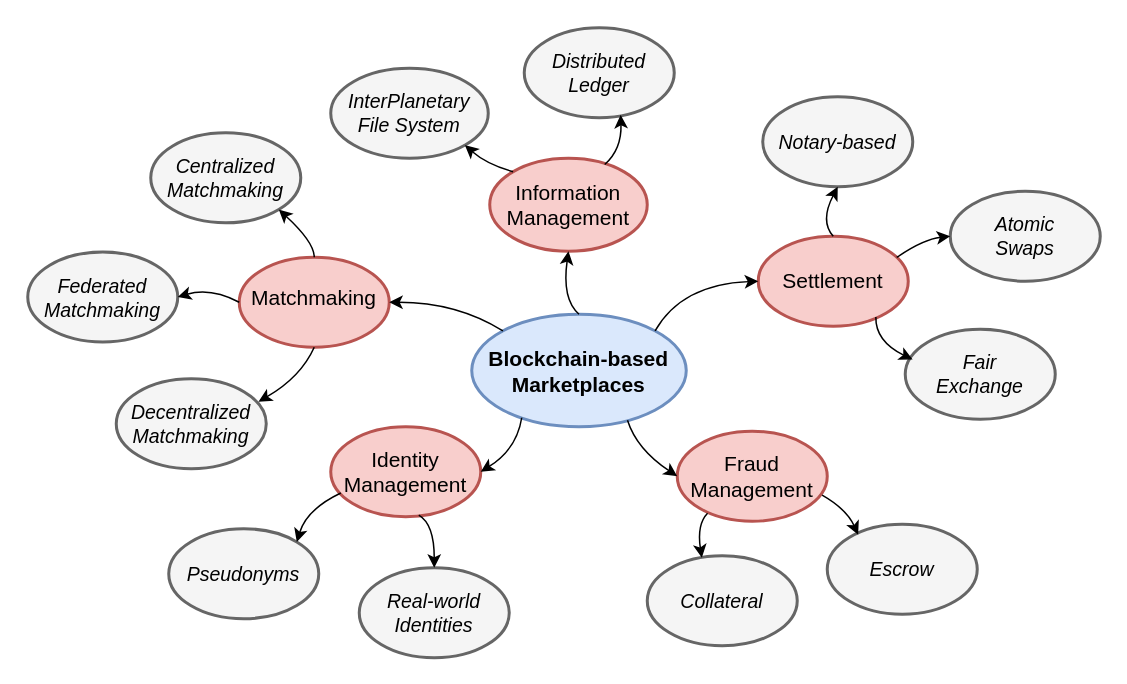
Earlier version of the draw.io diagram introduction/assets/decomposition.drawio (devos50/phd-thesis). Source tidied: cells renumbered, new cells numbered last; positions are measured from the earlier drawing's top-left corner, leaving out a move shared by most shapes. Both pictures are drawn from the tidied source at 150%, with x=0, y=0 at pixel (27, 27).
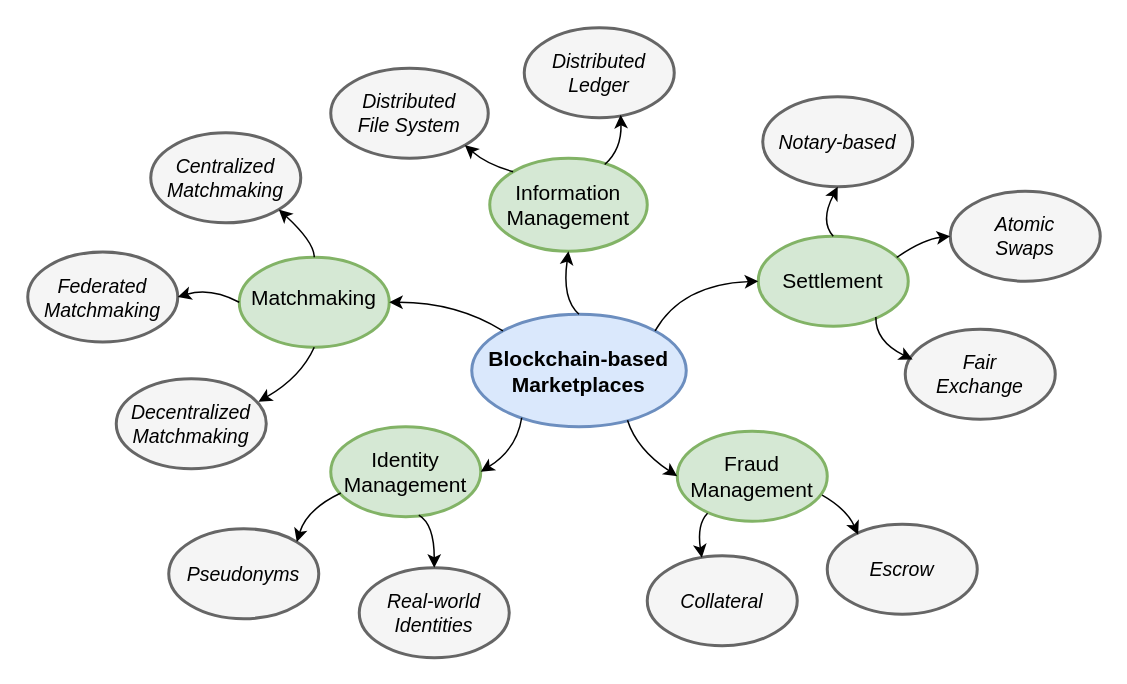
After the change.

What changed in the source:
```diff
@@
-    <mxCell id="3" value="Matchmaking" style="ellipse;whiteSpace=wrap;html=1;strokeWidth=2;fontStyle=0;fillColor=#f8cecc;strokeColor=#b85450;fontSize=14;spacingTop=-7;" parent="1" vertex="1">
+    <mxCell id="3" value="Matchmaking" style="ellipse;whiteSpace=wrap;html=1;strokeWidth=2;fontStyle=0;fillColor=#d5e8d4;strokeColor=#82b366;fontSize=14;spacingTop=-7;" parent="1" vertex="1">
       <mxGeometry x="141" y="153" width="100" height="60" as="geometry" />
     </mxCell>
-    <mxCell id="4" value="Identity&lt;br&gt;Management" style="ellipse;whiteSpace=wrap;html=1;strokeWidth=2;fontStyle=0;fillColor=#f8cecc;strokeColor=#b85450;fontSize=14;" parent="1" vertex="1">
+    <mxCell id="4" value="Identity&lt;br&gt;Management" style="ellipse;whiteSpace=wrap;html=1;strokeWidth=2;fontStyle=0;fillColor=#d5e8d4;strokeColor=#82b366;fontSize=14;" parent="1" vertex="1">
       <mxGeometry x="202" y="266" width="100" height="60" as="geometry" />
     </mxCell>
-    <mxCell id="5" value="Settlement" style="ellipse;whiteSpace=wrap;html=1;strokeWidth=2;fontStyle=0;fillColor=#f8cecc;strokeColor=#b85450;fontSize=14;" parent="1" vertex="1">
+    <mxCell id="5" value="Settlement" style="ellipse;whiteSpace=wrap;html=1;strokeWidth=2;fontStyle=0;fillColor=#d5e8d4;strokeColor=#82b366;fontSize=14;" parent="1" vertex="1">
       <mxGeometry x="487" y="139" width="100" height="60" as="geometry" />
     </mxCell>
-    <mxCell id="6" value="Fraud&lt;br&gt;Management" style="ellipse;whiteSpace=wrap;html=1;strokeWidth=2;fontStyle=0;fillColor=#f8cecc;strokeColor=#b85450;fontSize=14;" parent="1" vertex="1">
+    <mxCell id="6" value="Fraud&lt;br&gt;Management" style="ellipse;whiteSpace=wrap;html=1;strokeWidth=2;fontStyle=0;fillColor=#d5e8d4;strokeColor=#82b366;fontSize=14;" parent="1" vertex="1">
       <mxGeometry x="433" y="269" width="100" height="60" as="geometry" />
     </mxCell>
@@
-    <mxCell id="23" value="Information&lt;br&gt;Management" style="ellipse;whiteSpace=wrap;html=1;strokeWidth=2;fontStyle=0;fillColor=#f8cecc;strokeColor=#b85450;fontSize=14;" parent="1" vertex="1">
+    <mxCell id="23" value="Information&lt;br&gt;Management" style="ellipse;whiteSpace=wrap;html=1;strokeWidth=2;fontStyle=0;fillColor=#d5e8d4;strokeColor=#82b366;fontSize=14;" parent="1" vertex="1">
       <mxGeometry x="308" y="87" width="105" height="62" as="geometry" />
     </mxCell>
-    <mxCell id="24" value="InterPlanetary&lt;br&gt;File System" style="ellipse;whiteSpace=wrap;html=1;strokeWidth=2;fontStyle=2;fillColor=#f5f5f5;strokeColor=#666666;fontColor=#000000;fontSize=13;" parent="1" vertex="1">
+    <mxCell id="24" value="Distributed&lt;br&gt;File System" style="ellipse;whiteSpace=wrap;html=1;strokeWidth=2;fontStyle=2;fillColor=#f5f5f5;strokeColor=#666666;fontColor=#000000;fontSize=13;" parent="1" vertex="1">
       <mxGeometry x="202" y="27" width="105" height="60" as="geometry" />
     </mxCell>
```
